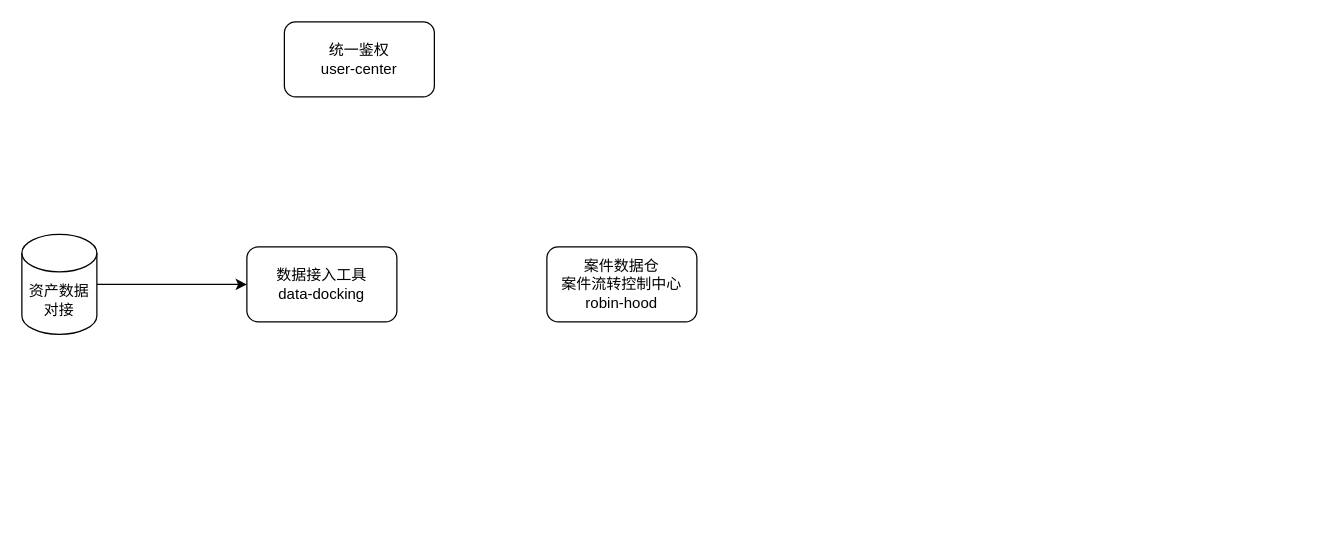
Earlier version of the draw.io diagram Untitled Diagram.drawio (chaomings/simple). Source tidied: cells renumbered, new cells numbered last; positions are measured from the earlier drawing's top-left corner, leaving out a move shared by most shapes. Both pictures are drawn from the tidied source at 125%, with x=0, y=0 at pixel (21, 21).
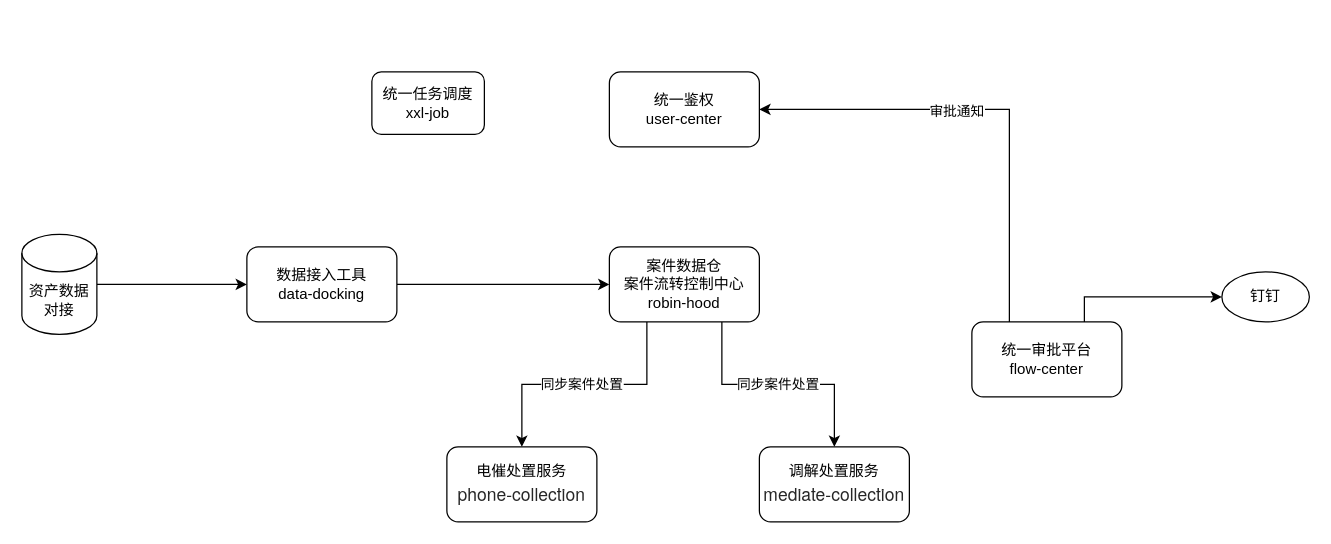
The same page after the edit.

Change to the diagram source:
```diff
@@
 <mxGraphModel>
   <root>
     <mxCell id="0" />
     <mxCell id="1" parent="0" />
     <mxCell id="2" value="统一鉴权&lt;br&gt;user-center" style="rounded=1;whiteSpace=wrap;html=1;" parent="1" vertex="1">
-      <mxGeometry x="210" width="120" height="60" as="geometry" />
+      <mxGeometry x="470" y="40" width="120" height="60" as="geometry" />
     </mxCell>
+    <mxCell id="7" style="edgeStyle=orthogonalEdgeStyle;rounded=0;jettySize=auto;html=1;" parent="1" edge="1" source="3" target="6">
+      <mxGeometry relative="1" as="geometry" />
+    </mxCell>
     <mxCell id="3" value="数据接入工具&lt;br&gt;data-docking" style="rounded=1;whiteSpace=wrap;html=1;" parent="1" vertex="1">
       <mxGeometry x="180" y="180" width="120" height="60" as="geometry" />
     </mxCell>
     <mxCell id="4" style="edgeStyle=orthogonalEdgeStyle;rounded=0;jettySize=auto;html=1;entryX=0;entryY=0.5;entryDx=0;entryDy=0;" parent="1" edge="1" source="5" target="3">
       <mxGeometry relative="1" as="geometry" />
     </mxCell>
     <mxCell id="5" value="资产数据对接" style="shape=cylinder3;whiteSpace=wrap;html=1;boundedLbl=1;backgroundOutline=1;size=15;" parent="1" vertex="1">
       <mxGeometry y="170" width="60" height="80" as="geometry" />
     </mxCell>
+    <mxCell id="8" style="edgeStyle=orthogonalEdgeStyle;rounded=0;jettySize=auto;html=1;exitX=0.25;exitY=1;exitDx=0;exitDy=0;" parent="1" edge="1" source="6" target="11">
+      <mxGeometry relative="1" as="geometry" />
+    </mxCell>
+    <mxCell id="9" value="同步案件处置" style="edgeLabel;html=1;align=center;verticalAlign=middle;" parent="8" vertex="1">
+      <mxGeometry x="0.03" y="-1" relative="1" as="geometry" />
+    </mxCell>
+    <mxCell id="10" value="同步案件处置" style="edgeStyle=orthogonalEdgeStyle;rounded=0;jettySize=auto;html=1;exitX=0.75;exitY=1;exitDx=0;exitDy=0;" parent="1" edge="1" source="6" target="12">
+      <mxGeometry relative="1" as="geometry" />
+    </mxCell>
     <mxCell id="6" value="案件数据仓&lt;br&gt;案件流转控制中心&lt;br&gt;robin-hood" style="rounded=1;whiteSpace=wrap;html=1;" parent="1" vertex="1">
-      <mxGeometry x="420" y="180" width="120" height="60" as="geometry" />
+      <mxGeometry x="470" y="180" width="120" height="60" as="geometry" />
     </mxCell>
+    <mxCell id="11" value="电催处置服务&lt;br&gt;&lt;p class=&quot;p1&quot; style=&quot;margin: 0px ; font-stretch: normal ; font-size: 14px ; line-height: normal ; font-family: &amp;#34;helvetica neue&amp;#34; ; color: rgba(0 , 0 , 0 , 0.85)&quot;&gt;phone-collection&lt;/p&gt;" style="rounded=1;whiteSpace=wrap;html=1;" parent="1" vertex="1">
+      <mxGeometry x="340" y="340" width="120" height="60" as="geometry" />
+    </mxCell>
+    <mxCell id="12" value="调解处置服务&lt;br&gt;&lt;p class=&quot;p1&quot; style=&quot;margin: 0px ; font-stretch: normal ; font-size: 14px ; line-height: normal ; font-family: &amp;#34;helvetica neue&amp;#34; ; color: rgba(0 , 0 , 0 , 0.85)&quot;&gt;&lt;span style=&quot;font-family: &amp;#34;helvetica neue&amp;#34;&quot;&gt;mediate&lt;/span&gt;-collection&lt;/p&gt;" style="rounded=1;whiteSpace=wrap;html=1;" parent="1" vertex="1">
+      <mxGeometry x="590" y="340" width="120" height="60" as="geometry" />
+    </mxCell>
+    <mxCell id="13" style="edgeStyle=orthogonalEdgeStyle;rounded=0;jettySize=auto;html=1;exitX=0.25;exitY=0;exitDx=0;exitDy=0;entryX=1;entryY=0.5;entryDx=0;entryDy=0;" parent="1" edge="1" source="16" target="2">
+      <mxGeometry relative="1" as="geometry" />
+    </mxCell>
+    <mxCell id="14" value="审批通知" style="edgeLabel;html=1;align=center;verticalAlign=middle;" parent="13" vertex="1">
+      <mxGeometry x="0.15" y="1" relative="1" as="geometry" />
+    </mxCell>
+    <mxCell id="15" style="edgeStyle=orthogonalEdgeStyle;rounded=0;jettySize=auto;html=1;exitX=0.75;exitY=0;exitDx=0;exitDy=0;" parent="1" edge="1" source="16" target="17">
+      <mxGeometry relative="1" as="geometry" />
+    </mxCell>
+    <mxCell id="16" value="统一审批平台&lt;br&gt;flow-center" style="rounded=1;whiteSpace=wrap;html=1;" parent="1" vertex="1">
+      <mxGeometry x="760" y="240" width="120" height="60" as="geometry" />
+    </mxCell>
+    <mxCell id="17" value="钉钉" style="ellipse;whiteSpace=wrap;html=1;" parent="1" vertex="1">
+      <mxGeometry x="960" y="200" width="70" height="40" as="geometry" />
+    </mxCell>
+    <mxCell id="18" value="统一任务调度&lt;br&gt;xxl-job" style="rounded=1;whiteSpace=wrap;html=1;" parent="1" vertex="1">
+      <mxGeometry x="280" y="40" width="90" height="50" as="geometry" />
+    </mxCell>
   </root>
 </mxGraphModel>
```
